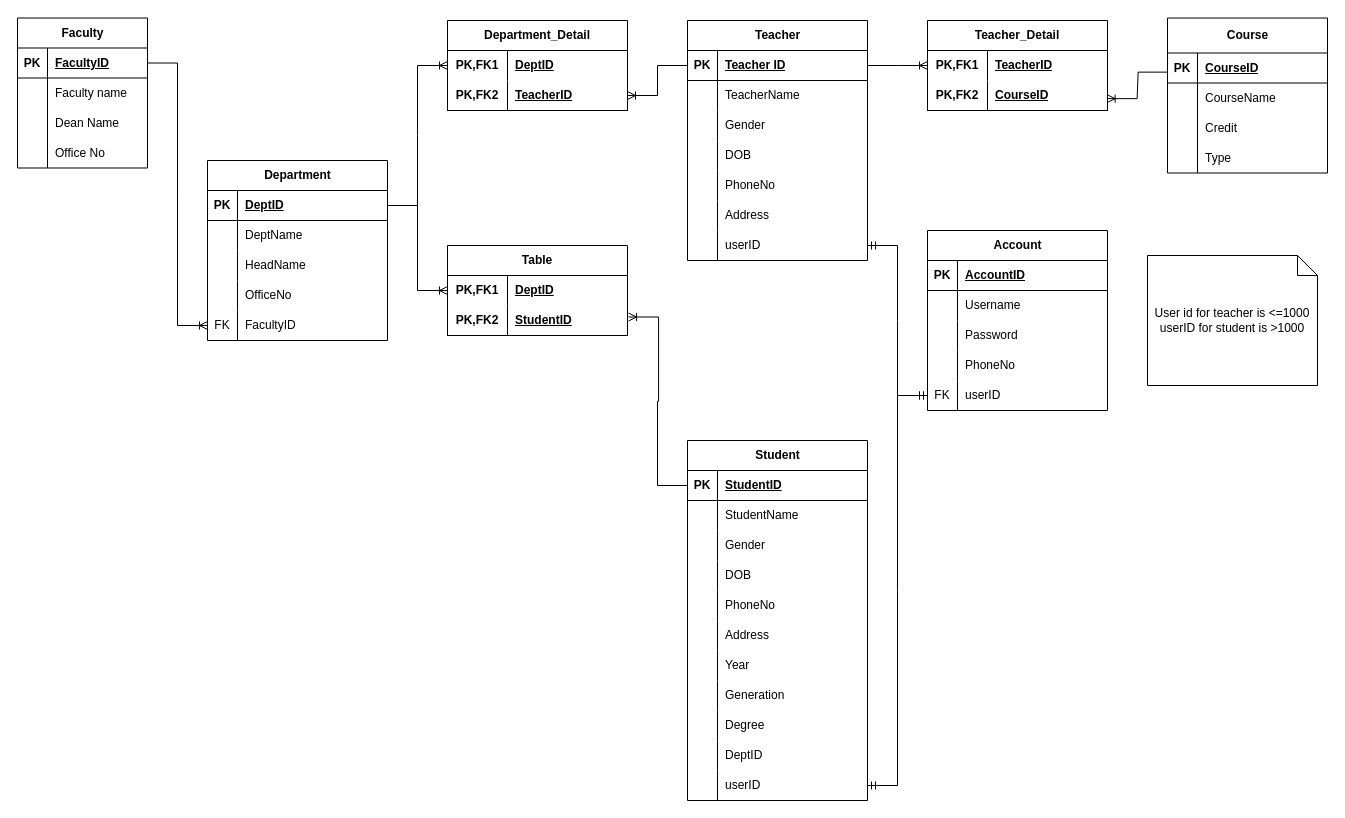
This is Data base diagram/db1.drawio from rithysokha/Relational-data-base, a draw.io file, before an edit. Source tidied: cells renumbered, new cells numbered last; positions are measured from the earlier drawing's top-left corner, leaving out a move shared by most shapes. Both pictures are drawn from the tidied source at 100%, with x=0, y=0 at pixel (17, 18).
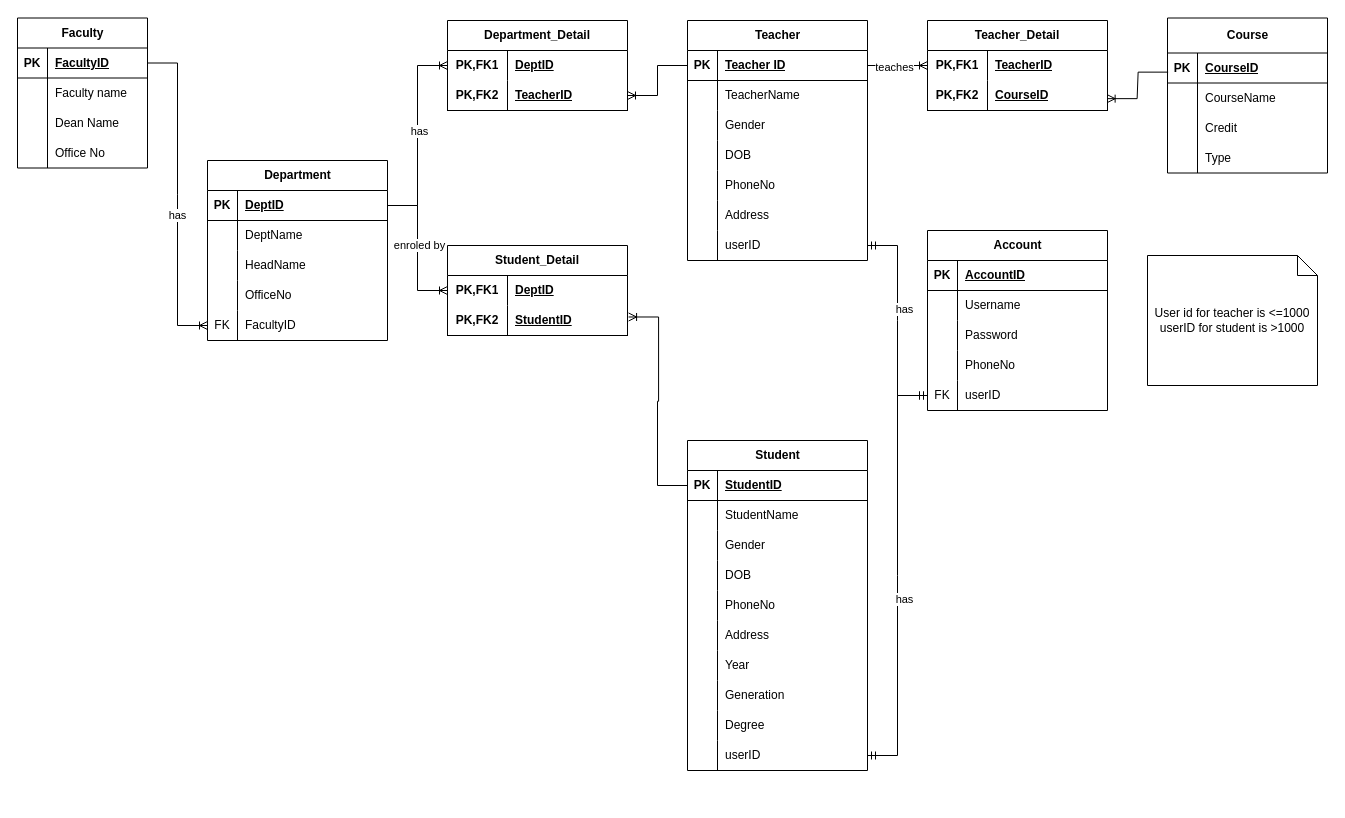
The same page after the edit.

Unchanged cells that the change refers to:
```xml
<mxCell id="15" style="edgeStyle=entityRelationEdgeStyle;fontSize=12;html=1;endArrow=ERoneToMany;rounded=0;entryX=0;entryY=0.5;entryDx=0;entryDy=0;exitX=1;exitY=0.5;exitDx=0;exitDy=0;" parent="1" edge="1" source="3" target="29">
  <mxGeometry relative="1" as="geometry" />
</mxCell>
<mxCell id="124" style="edgeStyle=entityRelationEdgeStyle;fontSize=12;html=1;endArrow=ERoneToMany;rounded=0;exitX=1;exitY=0.5;exitDx=0;exitDy=0;entryX=0;entryY=0.5;entryDx=0;entryDy=0;" parent="1" edge="1" source="17" target="118">
  <mxGeometry relative="1" as="geometry" />
</mxCell>
<mxCell id="133" style="edgeStyle=entityRelationEdgeStyle;fontSize=12;html=1;endArrow=ERoneToMany;rounded=0;exitX=1;exitY=0.5;exitDx=0;exitDy=0;entryX=0;entryY=0.5;entryDx=0;entryDy=0;" parent="1" edge="1" source="67" target="127">
  <mxGeometry relative="1" as="geometry" />
</mxCell>
<mxCell id="142" style="edgeStyle=entityRelationEdgeStyle;fontSize=12;html=1;endArrow=ERoneToMany;rounded=0;exitX=1;exitY=0.5;exitDx=0;exitDy=0;entryX=0;entryY=0.5;entryDx=0;entryDy=0;" parent="1" edge="1" source="17" target="136">
  <mxGeometry relative="1" as="geometry" />
</mxCell>
<mxCell id="145" style="edgeStyle=entityRelationEdgeStyle;fontSize=12;html=1;endArrow=ERmandOne;startArrow=ERmandOne;rounded=0;exitX=1;exitY=0.5;exitDx=0;exitDy=0;entryX=0;entryY=0.5;entryDx=0;entryDy=0;" parent="1" edge="1" source="63" target="114">
  <mxGeometry relative="1" as="geometry" />
</mxCell>
<mxCell id="146" style="edgeStyle=entityRelationEdgeStyle;fontSize=12;html=1;endArrow=ERmandOne;startArrow=ERmandOne;rounded=0;exitX=1;exitY=0.5;exitDx=0;exitDy=0;entryX=0;entryY=0.5;entryDx=0;entryDy=0;" parent="1" edge="1" source="85" target="114">
  <mxGeometry relative="1" as="geometry" />
</mxCell>
```

What changed in the source:
```diff
@@
+    <mxCell id="147" value="has" style="edgeLabel;html=1;align=center;verticalAlign=middle;" parent="15" vertex="1">
+      <mxGeometry x="0.13" y="-1" relative="1" as="geometry" />
+    </mxCell>
@@
     <mxCell id="32" value="Student" style="shape=table;startSize=30;childLayout=tableLayout;rowLines=0;fontStyle=1;align=center;html=1;" parent="1" vertex="1">
-      <mxGeometry x="670" y="422" width="180" height="360" as="geometry" />
+      <mxGeometry x="670" y="422" width="180" height="330" as="geometry" />
     </mxCell>
@@
-    <mxCell id="60" style="shape=tableRow;horizontal=0;startSize=0;swimlaneHead=0;swimlaneBody=0;fillColor=none;top=0;left=0;right=0;bottom=0;" parent="32" vertex="1">
-      <mxGeometry y="300" width="180" height="30" as="geometry" />
-    </mxCell>
-    <mxCell id="61" style="shape=partialRectangle;fillColor=none;top=0;left=0;bottom=0;right=0;overflow=hidden;whiteSpace=wrap;html=1;" parent="60" vertex="1">
-      <mxGeometry width="30" height="30" as="geometry" />
-    </mxCell>
-    <mxCell id="62" value="DeptID" style="shape=partialRectangle;fillColor=none;top=0;left=0;bottom=0;right=0;align=left;spacingLeft=6;overflow=hidden;whiteSpace=wrap;html=1;" parent="60" vertex="1">
-      <mxGeometry x="30" width="150" height="30" as="geometry" />
-    </mxCell>
     <mxCell id="63" style="shape=tableRow;horizontal=0;startSize=0;swimlaneHead=0;swimlaneBody=0;fillColor=none;points=[[0,0.5],[1,0.5]];portConstraint=eastwest;top=0;left=0;right=0;bottom=0;" parent="32" vertex="1">
-      <mxGeometry y="330" width="180" height="30" as="geometry" />
+      <mxGeometry y="300" width="180" height="30" as="geometry" />
     </mxCell>
@@
+    <mxCell id="148" value="has" style="edgeLabel;html=1;align=center;verticalAlign=middle;" parent="124" vertex="1">
+      <mxGeometry x="0.05" y="-1" relative="1" as="geometry" />
+    </mxCell>
@@
+    <mxCell id="149" value="teaches" style="edgeLabel;html=1;align=center;verticalAlign=middle;" parent="133" vertex="1">
+      <mxGeometry x="-0.13" y="-1" relative="1" as="geometry" />
+    </mxCell>
@@
-    <mxCell id="135" value="Table" style="shape=table;startSize=30;childLayout=tableLayout;rowLines=0;fontStyle=1;align=center;html=1;whiteSpace=wrap;" parent="1" vertex="1">
+    <mxCell id="135" value="Student_Detail" style="shape=table;startSize=30;childLayout=tableLayout;rowLines=0;fontStyle=1;align=center;html=1;whiteSpace=wrap;" parent="1" vertex="1">
       <mxGeometry x="430" y="227" width="180" height="90" as="geometry" />
     </mxCell>
@@
+    <mxCell id="150" value="enroled by" style="edgeLabel;html=1;align=center;verticalAlign=middle;" parent="142" vertex="1">
+      <mxGeometry x="-0.05" y="1" relative="1" as="geometry" />
+    </mxCell>
@@
+    <mxCell id="151" value="has" style="edgeLabel;html=1;align=center;verticalAlign=middle;" parent="145" vertex="1">
+      <mxGeometry x="-0.11" y="-6" relative="1" as="geometry" />
+    </mxCell>
@@
+    <mxCell id="152" value="has" style="edgeLabel;html=1;align=center;verticalAlign=middle;" parent="146" vertex="1">
+      <mxGeometry x="-0.11" y="6" relative="1" as="geometry" />
+    </mxCell>
```
